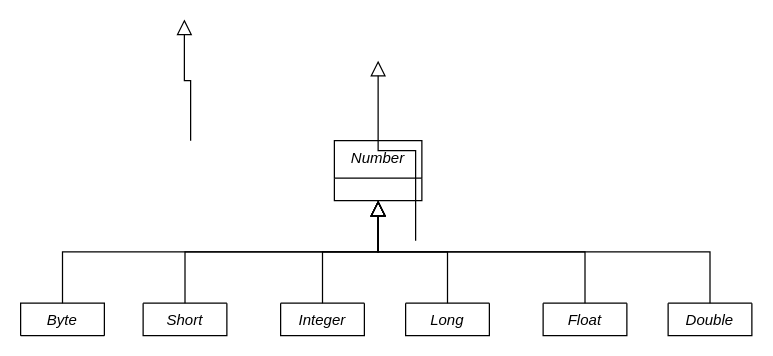
konokol/frontend-skill-tree keeps this draw.io diagram as docs/assets/Copy of Boxed Sturcture.drawio. Above is the earlier version. Source tidied: cells renumbered, new cells numbered last; positions are measured from the earlier drawing's top-left corner, leaving out a move shared by most shapes. Both pictures are drawn from the tidied source at 125%, with x=0, y=0 at pixel (20, 19).
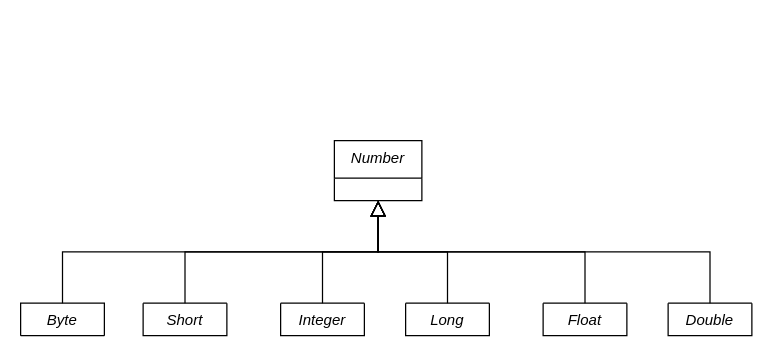
After the change.

The edit, as a diff of the source:
```diff
@@
 <mxGraphModel>
   <root>
     <mxCell id="0" />
     <mxCell id="1" parent="0" />
-    <mxCell id="2" style="endArrow=block;endSize=10;endFill=0;shadow=0;strokeWidth=1;rounded=0;edgeStyle=elbowEdgeStyle;elbow=vertical;exitX=0.5;exitY=0;exitDx=0;exitDy=0;" parent="1" edge="1">
-      <mxGeometry relative="1" as="geometry">
-        <mxPoint x="136" y="97" as="sourcePoint" />
-        <mxPoint x="131" as="targetPoint" />
-      </mxGeometry>
-    </mxCell>
     <mxCell id="3" value="Number" style="swimlane;fontStyle=2;align=center;verticalAlign=top;horizontal=1;startSize=30;rounded=0;shadow=0;strokeWidth=1;" parent="1" vertex="1">
       <mxGeometry x="251" y="97" width="70" height="48" as="geometry" />
     </mxCell>
-    <mxCell id="4" style="endArrow=block;endSize=10;endFill=0;shadow=0;strokeWidth=1;rounded=0;edgeStyle=elbowEdgeStyle;elbow=vertical;exitX=0.5;exitY=0;exitDx=0;exitDy=0;entryX=0.5;entryY=1;entryDx=0;entryDy=0;" parent="1" edge="1">
-      <mxGeometry relative="1" as="geometry">
-        <mxPoint x="316" y="177" as="sourcePoint" />
-        <mxPoint x="286" y="33" as="targetPoint" />
-      </mxGeometry>
-    </mxCell>
     <mxCell id="5" value="Byte" style="swimlane;fontStyle=2;align=center;verticalAlign=top;horizontal=1;startSize=26;rounded=0;shadow=0;strokeWidth=1;" parent="1" vertex="1" collapsed="1">
       <mxGeometry y="227" width="67" height="26" as="geometry" />
     </mxCell>
     <mxCell id="6" style="endArrow=block;endSize=10;endFill=0;shadow=0;strokeWidth=1;rounded=0;edgeStyle=elbowEdgeStyle;elbow=vertical;exitX=0.5;exitY=0;exitDx=0;exitDy=0;entryX=0.5;entryY=1;entryDx=0;entryDy=0;" parent="1" edge="1" source="5" target="3">
       <mxGeometry relative="1" as="geometry" />
     </mxCell>
     <mxCell id="7" value="Short" style="swimlane;fontStyle=2;align=center;verticalAlign=top;horizontal=1;startSize=0;rounded=0;shadow=0;strokeWidth=1;" parent="1" vertex="1" collapsed="1">
       <mxGeometry x="98" y="227" width="67" height="26" as="geometry" />
     </mxCell>
     <mxCell id="8" style="endArrow=block;endSize=10;endFill=0;shadow=0;strokeWidth=1;rounded=0;edgeStyle=elbowEdgeStyle;elbow=vertical;exitX=0.5;exitY=0;exitDx=0;exitDy=0;entryX=0.5;entryY=1;entryDx=0;entryDy=0;" parent="1" edge="1" source="7" target="3">
       <mxGeometry relative="1" as="geometry" />
     </mxCell>
     <mxCell id="9" value="Integer" style="swimlane;fontStyle=2;align=center;verticalAlign=top;horizontal=1;startSize=0;rounded=0;shadow=0;strokeWidth=1;" parent="1" vertex="1" collapsed="1">
       <mxGeometry x="208" y="227" width="67" height="26" as="geometry" />
     </mxCell>
     <mxCell id="10" value="Long" style="swimlane;fontStyle=2;align=center;verticalAlign=top;horizontal=1;startSize=0;rounded=0;shadow=0;strokeWidth=1;" parent="1" vertex="1" collapsed="1">
       <mxGeometry x="308" y="227" width="67" height="26" as="geometry" />
     </mxCell>
     <mxCell id="11" value="Float" style="swimlane;fontStyle=2;align=center;verticalAlign=top;horizontal=1;startSize=0;rounded=0;shadow=0;strokeWidth=1;" parent="1" vertex="1" collapsed="1">
       <mxGeometry x="418" y="227" width="67" height="26" as="geometry" />
     </mxCell>
     <mxCell id="12" value="Double" style="swimlane;fontStyle=2;align=center;verticalAlign=top;horizontal=1;startSize=0;rounded=0;shadow=0;strokeWidth=1;" parent="1" vertex="1" collapsed="1">
       <mxGeometry x="518" y="227" width="67" height="26" as="geometry" />
     </mxCell>
     <mxCell id="13" style="endArrow=block;endSize=10;endFill=0;shadow=0;strokeWidth=1;rounded=0;edgeStyle=elbowEdgeStyle;elbow=vertical;entryX=0.5;entryY=1;entryDx=0;entryDy=0;exitX=0.5;exitY=0;exitDx=0;exitDy=0;" parent="1" edge="1" source="9" target="3">
       <mxGeometry relative="1" as="geometry" />
     </mxCell>
     <mxCell id="14" style="endArrow=block;endSize=10;endFill=0;shadow=0;strokeWidth=1;rounded=0;edgeStyle=elbowEdgeStyle;elbow=vertical;exitX=0.5;exitY=0;exitDx=0;exitDy=0;entryX=0.5;entryY=1;entryDx=0;entryDy=0;" parent="1" edge="1" source="10" target="3">
       <mxGeometry relative="1" as="geometry" />
     </mxCell>
     <mxCell id="15" style="endArrow=block;endSize=10;endFill=0;shadow=0;strokeWidth=1;rounded=0;edgeStyle=elbowEdgeStyle;elbow=vertical;exitX=0.5;exitY=0;exitDx=0;exitDy=0;entryX=0.5;entryY=1;entryDx=0;entryDy=0;" parent="1" edge="1" source="11" target="3">
       <mxGeometry relative="1" as="geometry" />
     </mxCell>
     <mxCell id="16" style="endArrow=block;endSize=10;endFill=0;shadow=0;strokeWidth=1;rounded=0;edgeStyle=elbowEdgeStyle;elbow=vertical;exitX=0.5;exitY=0;exitDx=0;exitDy=0;entryX=0.5;entryY=1;entryDx=0;entryDy=0;" parent="1" edge="1" source="12" target="3">
       <mxGeometry relative="1" as="geometry" />
     </mxCell>
   </root>
 </mxGraphModel>
```
